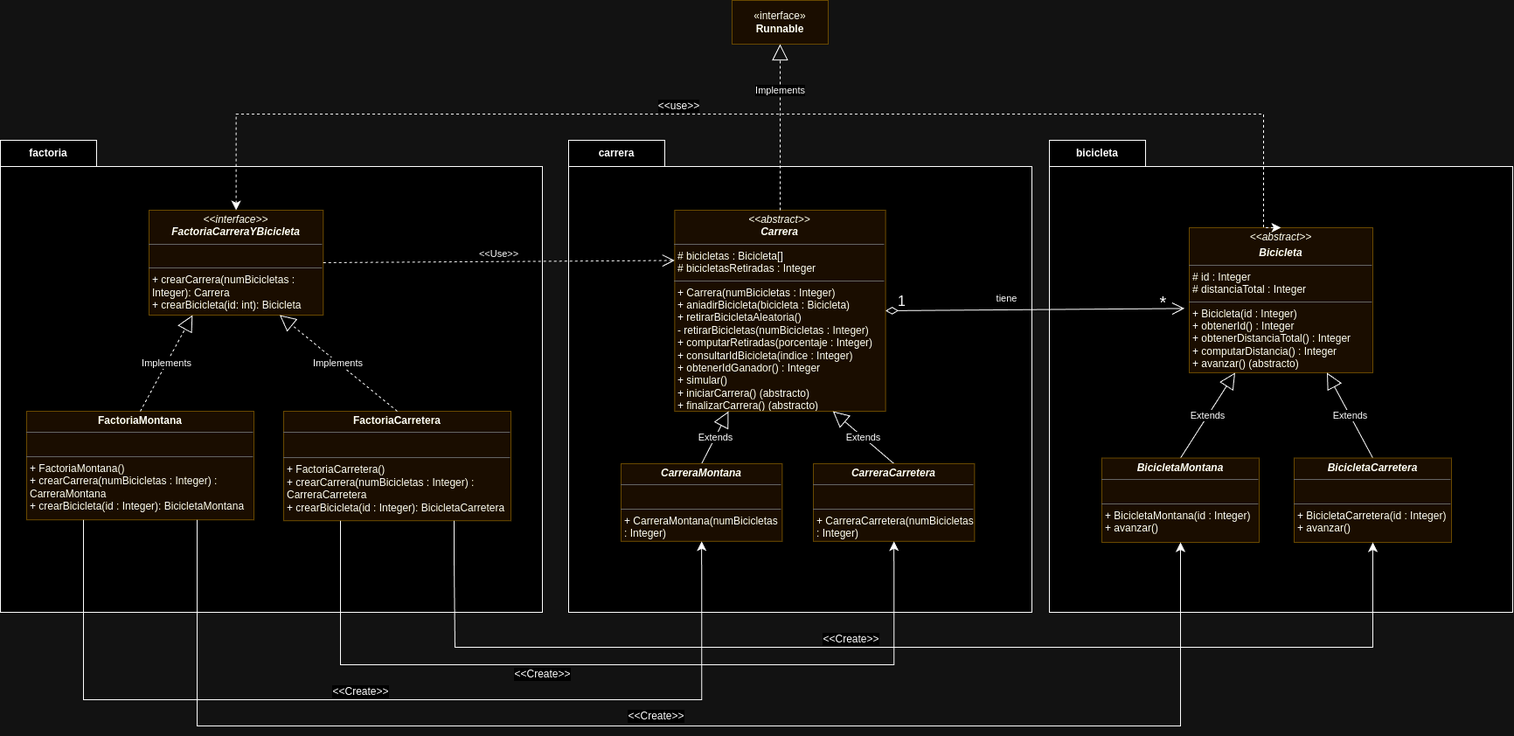
Before: P1/Ejercicio1/UML_P1-Ejercicio_1.png, a diagram exported from draw.io (AlvareitorHD/DS2.3). Source tidied: cells renumbered, new cells last; positions are measured from the earlier drawing's top-left corner, leaving out a move shared by most shapes.
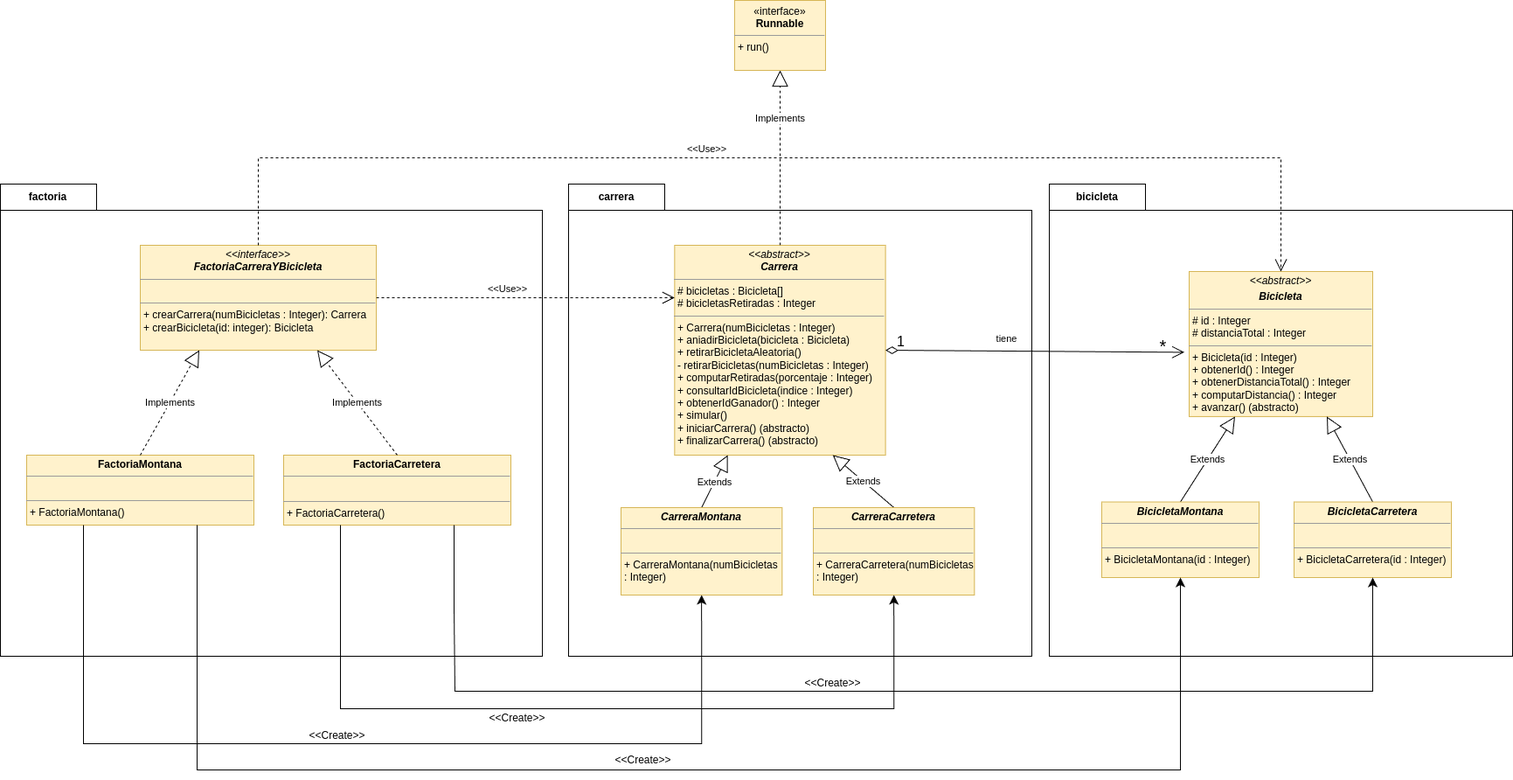
After the change.

Commit message:
Repasado y corregido diagrama UML del ejercicio 1

The edit, as a diff of the source:
```diff
@@ -4,5 +4,2 @@
     <mxCell id="1" parent="0" />
-    <mxCell id="2" value="«interface»&lt;br&gt;&lt;b&gt;Runnable&lt;/b&gt;" style="html=1;whiteSpace=wrap;fillColor=#fff2cc;strokeColor=#d6b656;" parent="1" vertex="1">
-      <mxGeometry x="837" width="110" height="50" as="geometry" />
-    </mxCell>
     <mxCell id="3" value="factoria" style="shape=folder;fontStyle=1;tabWidth=110;tabHeight=30;tabPosition=left;html=1;boundedLbl=1;labelInHeader=1;whiteSpace=wrap;" parent="1" vertex="1">
@@ -15,10 +12,10 @@
     </mxCell>
-    <mxCell id="5" value="&lt;p style=&quot;margin:0px;margin-top:4px;text-align:center;&quot;&gt;&lt;b&gt;FactoriaMontana&lt;/b&gt;&lt;br&gt;&lt;/p&gt;&lt;hr size=&quot;1&quot;&gt;&lt;p style=&quot;margin:0px;margin-left:4px;&quot;&gt;&lt;br&gt;&lt;/p&gt;&lt;hr size=&quot;1&quot;&gt;&lt;p style=&quot;margin:0px;margin-left:4px;&quot;&gt;+ FactoriaMontana()&lt;br&gt;&lt;/p&gt;&lt;p style=&quot;margin:0px;margin-left:4px;&quot;&gt;+&amp;nbsp;crearCarrera(&lt;span style=&quot;background-color: initial;&quot;&gt;numBicicletas : Integer&lt;/span&gt;&lt;span style=&quot;background-color: initial;&quot;&gt;) : CarreraMontana&lt;/span&gt;&lt;/p&gt;&lt;p style=&quot;margin:0px;margin-left:4px;&quot;&gt;+ crearBicicleta(&lt;span style=&quot;background-color: initial;&quot;&gt;id : Integer&lt;/span&gt;&lt;span style=&quot;background-color: initial;&quot;&gt;): BicicletaMontana&lt;/span&gt;&lt;/p&gt;&lt;p style=&quot;margin:0px;margin-left:4px;&quot;&gt;&lt;br&gt;&lt;/p&gt;" style="verticalAlign=top;align=left;overflow=fill;fontSize=12;fontFamily=Helvetica;html=1;whiteSpace=wrap;fillColor=#fff2cc;strokeColor=#d6b656;" parent="3" vertex="1">
-      <mxGeometry x="30" y="310" width="260" height="124.2" as="geometry" />
+    <mxCell id="5" value="&lt;p style=&quot;margin:0px;margin-top:4px;text-align:center;&quot;&gt;&lt;b&gt;FactoriaMontana&lt;/b&gt;&lt;br&gt;&lt;/p&gt;&lt;hr size=&quot;1&quot;&gt;&lt;p style=&quot;margin:0px;margin-left:4px;&quot;&gt;&lt;br&gt;&lt;/p&gt;&lt;hr size=&quot;1&quot;&gt;&lt;p style=&quot;margin:0px;margin-left:4px;&quot;&gt;+ FactoriaMontana()&lt;br&gt;&lt;/p&gt;&lt;p style=&quot;margin:0px;margin-left:4px;&quot;&gt;&lt;br&gt;&lt;/p&gt;" style="verticalAlign=top;align=left;overflow=fill;fontSize=12;fontFamily=Helvetica;html=1;whiteSpace=wrap;fillColor=#fff2cc;strokeColor=#d6b656;" parent="3" vertex="1">
+      <mxGeometry x="30" y="310" width="260" height="80" as="geometry" />
     </mxCell>
-    <mxCell id="6" value="&lt;p style=&quot;margin:0px;margin-top:4px;text-align:center;&quot;&gt;&lt;b&gt;FactoriaCarretera&lt;/b&gt;&lt;/p&gt;&lt;hr size=&quot;1&quot;&gt;&lt;div style=&quot;height:2px;&quot;&gt;&lt;/div&gt;&lt;div style=&quot;height:2px;&quot;&gt;&lt;br&gt;&lt;/div&gt;&lt;div style=&quot;height:2px;&quot;&gt;&lt;br&gt;&lt;/div&gt;&lt;div style=&quot;height:2px;&quot;&gt;&lt;br&gt;&lt;/div&gt;&lt;div style=&quot;height:2px;&quot;&gt;&lt;br&gt;&lt;/div&gt;&lt;div style=&quot;height:2px;&quot;&gt;&lt;br&gt;&lt;/div&gt;&lt;div style=&quot;height:2px;&quot;&gt;&lt;br&gt;&lt;/div&gt;&lt;div style=&quot;height:2px;&quot;&gt;&lt;br&gt;&lt;/div&gt;&lt;hr size=&quot;1&quot;&gt;&lt;div style=&quot;height:2px;&quot;&gt;&lt;p style=&quot;border-color: var(--border-color); margin: 0px 0px 0px 4px;&quot;&gt;+ FactoriaCarretera()&lt;/p&gt;&lt;p style=&quot;border-color: var(--border-color); margin: 0px 0px 0px 4px;&quot;&gt;+&amp;nbsp;crearCarrera(&lt;span style=&quot;background-color: initial;&quot;&gt;numBicicletas : Integer&lt;/span&gt;&lt;span style=&quot;background-color: initial;&quot;&gt;) : CarreraCarretera&lt;/span&gt;&lt;/p&gt;&lt;p style=&quot;border-color: var(--border-color); margin: 0px 0px 0px 4px;&quot;&gt;+ crearBicicleta(&lt;span style=&quot;background-color: initial;&quot;&gt;id : Integer&lt;/span&gt;&lt;span style=&quot;background-color: initial;&quot;&gt;): BicicletaCarretera&lt;/span&gt;&lt;/p&gt;&lt;p style=&quot;border-color: var(--border-color); margin: 0px 0px 0px 4px;&quot;&gt;&lt;br&gt;&lt;/p&gt;&lt;/div&gt;" style="verticalAlign=top;align=left;overflow=fill;fontSize=12;fontFamily=Helvetica;html=1;whiteSpace=wrap;fillColor=#fff2cc;strokeColor=#d6b656;" parent="3" vertex="1">
-      <mxGeometry x="324" y="310" width="260" height="125.2" as="geometry" />
+    <mxCell id="6" value="&lt;p style=&quot;margin:0px;margin-top:4px;text-align:center;&quot;&gt;&lt;b&gt;FactoriaCarretera&lt;/b&gt;&lt;/p&gt;&lt;hr size=&quot;1&quot;&gt;&lt;div style=&quot;height:2px;&quot;&gt;&lt;/div&gt;&lt;div style=&quot;height:2px;&quot;&gt;&lt;br&gt;&lt;/div&gt;&lt;div style=&quot;height:2px;&quot;&gt;&lt;br&gt;&lt;/div&gt;&lt;div style=&quot;height:2px;&quot;&gt;&lt;br&gt;&lt;/div&gt;&lt;div style=&quot;height:2px;&quot;&gt;&lt;br&gt;&lt;/div&gt;&lt;div style=&quot;height:2px;&quot;&gt;&lt;br&gt;&lt;/div&gt;&lt;div style=&quot;height:2px;&quot;&gt;&lt;br&gt;&lt;/div&gt;&lt;div style=&quot;height:2px;&quot;&gt;&lt;br&gt;&lt;/div&gt;&lt;hr size=&quot;1&quot;&gt;&lt;div style=&quot;height:2px;&quot;&gt;&lt;p style=&quot;border-color: var(--border-color); margin: 0px 0px 0px 4px;&quot;&gt;+ FactoriaCarretera()&lt;/p&gt;&lt;p style=&quot;border-color: var(--border-color); margin: 0px 0px 0px 4px;&quot;&gt;&lt;br&gt;&lt;/p&gt;&lt;/div&gt;" style="verticalAlign=top;align=left;overflow=fill;fontSize=12;fontFamily=Helvetica;html=1;whiteSpace=wrap;fillColor=#fff2cc;strokeColor=#d6b656;" parent="3" vertex="1">
+      <mxGeometry x="324" y="310" width="260" height="80" as="geometry" />
     </mxCell>
-    <mxCell id="7" value="&lt;p style=&quot;margin:0px;margin-top:4px;text-align:center;&quot;&gt;&lt;i&gt;&amp;lt;&amp;lt;interface&amp;gt;&amp;gt;&lt;/i&gt;&lt;br&gt;&lt;i&gt;&lt;b&gt;FactoriaCarreraYBicicleta&lt;/b&gt;&lt;br&gt;&lt;/i&gt;&lt;/p&gt;&lt;hr size=&quot;1&quot;&gt;&lt;p style=&quot;margin:0px;margin-left:4px;&quot;&gt;&lt;br&gt;&lt;/p&gt;&lt;hr size=&quot;1&quot;&gt;&lt;p style=&quot;margin:0px;margin-left:4px;&quot;&gt;+ crearCarrera(numBicicletas : Integer): Carrera&lt;/p&gt;&lt;p style=&quot;margin:0px;margin-left:4px;&quot;&gt;+ crearBicicleta(id: int): Bicicleta&lt;/p&gt;" style="verticalAlign=top;align=left;overflow=fill;fontSize=12;fontFamily=Helvetica;html=1;whiteSpace=wrap;fillColor=#fff2cc;strokeColor=#d6b656;" parent="3" vertex="1">
-      <mxGeometry x="170" y="80" width="199.3" height="120" as="geometry" />
+    <mxCell id="7" value="&lt;p style=&quot;margin:0px;margin-top:4px;text-align:center;&quot;&gt;&lt;i&gt;&amp;lt;&amp;lt;interface&amp;gt;&amp;gt;&lt;/i&gt;&lt;br&gt;&lt;i&gt;&lt;b&gt;FactoriaCarreraYBicicleta&lt;/b&gt;&lt;br&gt;&lt;/i&gt;&lt;/p&gt;&lt;hr size=&quot;1&quot;&gt;&lt;p style=&quot;margin:0px;margin-left:4px;&quot;&gt;&lt;br&gt;&lt;/p&gt;&lt;hr size=&quot;1&quot;&gt;&lt;p style=&quot;margin:0px;margin-left:4px;&quot;&gt;+ crearCarrera(numBicicletas : Integer): Carrera&lt;/p&gt;&lt;p style=&quot;margin:0px;margin-left:4px;&quot;&gt;+ crearBicicleta(id: integer): Bicicleta&lt;/p&gt;" style="verticalAlign=top;align=left;overflow=fill;fontSize=12;fontFamily=Helvetica;html=1;whiteSpace=wrap;fillColor=#fff2cc;strokeColor=#d6b656;" parent="3" vertex="1">
+      <mxGeometry x="160" y="70" width="270" height="120" as="geometry" />
     </mxCell>
@@ -39,3 +36,3 @@
     <mxCell id="12" value="&lt;p style=&quot;margin:0px;margin-top:4px;text-align:center;&quot;&gt;&lt;i&gt;&amp;lt;&amp;lt;abstract&amp;gt;&amp;gt;&lt;/i&gt;&lt;br&gt;&lt;b&gt;&lt;i&gt;Carrera&lt;/i&gt;&lt;/b&gt;&lt;/p&gt;&lt;hr size=&quot;1&quot;&gt;&lt;p style=&quot;margin:0px;margin-left:4px;&quot;&gt;# bicicletas : Bicicleta[]&lt;/p&gt;&lt;p style=&quot;margin:0px;margin-left:4px;&quot;&gt;# bicicletasRetiradas : Integer&lt;/p&gt;&lt;hr size=&quot;1&quot;&gt;&lt;p style=&quot;margin:0px;margin-left:4px;&quot;&gt;+ Carrera(&lt;span style=&quot;background-color: initial;&quot;&gt;numBicicletas : Integer&lt;/span&gt;&lt;span style=&quot;background-color: initial;&quot;&gt;)&lt;/span&gt;&lt;/p&gt;&lt;p style=&quot;margin:0px;margin-left:4px;&quot;&gt;+ aniadirBicicleta(bicicleta : Bicicleta)&lt;/p&gt;&lt;p style=&quot;margin:0px;margin-left:4px;&quot;&gt;+ retirarBicicletaAleatoria()&lt;/p&gt;&lt;p style=&quot;margin:0px;margin-left:4px;&quot;&gt;- retirarBicicletas(numBicicletas : Integer)&lt;/p&gt;&lt;p style=&quot;margin:0px;margin-left:4px;&quot;&gt;+ computarRetiradas(porcentaje : Integer)&lt;/p&gt;&lt;p style=&quot;margin:0px;margin-left:4px;&quot;&gt;+ consultarIdBicicleta(indice : Integer)&lt;/p&gt;&lt;p style=&quot;margin:0px;margin-left:4px;&quot;&gt;+ obtenerIdGanador() : Integer&lt;/p&gt;&lt;p style=&quot;margin:0px;margin-left:4px;&quot;&gt;+ simular()&lt;/p&gt;&lt;p style=&quot;margin:0px;margin-left:4px;&quot;&gt;+ iniciarCarrera() (abstracto)&lt;/p&gt;&lt;p style=&quot;margin:0px;margin-left:4px;&quot;&gt;+ finalizarCarrera() (abstracto)&lt;/p&gt;" style="verticalAlign=top;align=left;overflow=fill;fontSize=12;fontFamily=Helvetica;html=1;whiteSpace=wrap;fillColor=#fff2cc;strokeColor=#d6b656;" parent="10" vertex="1">
-      <mxGeometry x="121.4" y="80" width="241.2" height="230" as="geometry" />
+      <mxGeometry x="121.4" y="70" width="241.2" height="240" as="geometry" />
     </mxCell>
@@ -47,9 +44,9 @@
     </mxCell>
-    <mxCell id="15" value="&lt;p style=&quot;margin:0px;margin-top:4px;text-align:center;&quot;&gt;&lt;b&gt;&lt;i&gt;CarreraMontana&lt;/i&gt;&lt;/b&gt;&lt;br&gt;&lt;/p&gt;&lt;hr size=&quot;1&quot;&gt;&lt;p style=&quot;margin:0px;margin-left:4px;&quot;&gt;&lt;br&gt;&lt;/p&gt;&lt;hr size=&quot;1&quot;&gt;&lt;p style=&quot;margin:0px;margin-left:4px;&quot;&gt;+ CarreraMontana(&lt;span style=&quot;background-color: initial;&quot;&gt;numBicicletas : Integer&lt;/span&gt;&lt;span style=&quot;background-color: initial;&quot;&gt;)&lt;/span&gt;&lt;/p&gt;&lt;p style=&quot;margin:0px;margin-left:4px;&quot;&gt;+ iniciarCarrera()&lt;/p&gt;&lt;p style=&quot;margin:0px;margin-left:4px;&quot;&gt;+ finalizarCarrera()&lt;/p&gt;&lt;p style=&quot;margin:0px;margin-left:4px;&quot;&gt;+ run()&lt;/p&gt;" style="verticalAlign=top;align=left;overflow=fill;fontSize=12;fontFamily=Helvetica;html=1;whiteSpace=wrap;fillColor=#fff2cc;strokeColor=#d6b656;" parent="10" vertex="1">
-      <mxGeometry x="60" y="370" width="184.3" height="88.8" as="geometry" />
+    <mxCell id="15" value="&lt;p style=&quot;margin:0px;margin-top:4px;text-align:center;&quot;&gt;&lt;b&gt;&lt;i&gt;CarreraMontana&lt;/i&gt;&lt;/b&gt;&lt;br&gt;&lt;/p&gt;&lt;hr size=&quot;1&quot;&gt;&lt;p style=&quot;margin:0px;margin-left:4px;&quot;&gt;&lt;br&gt;&lt;/p&gt;&lt;hr size=&quot;1&quot;&gt;&lt;p style=&quot;margin:0px;margin-left:4px;&quot;&gt;+ CarreraMontana(&lt;span style=&quot;background-color: initial;&quot;&gt;numBicicletas : Integer&lt;/span&gt;&lt;span style=&quot;background-color: initial;&quot;&gt;)&lt;/span&gt;&lt;/p&gt;&lt;p style=&quot;margin:0px;margin-left:4px;&quot;&gt;&lt;br&gt;&lt;/p&gt;" style="verticalAlign=top;align=left;overflow=fill;fontSize=12;fontFamily=Helvetica;html=1;whiteSpace=wrap;fillColor=#fff2cc;strokeColor=#d6b656;" parent="10" vertex="1">
+      <mxGeometry x="60" y="370" width="184.3" height="100" as="geometry" />
     </mxCell>
-    <mxCell id="16" value="&lt;p style=&quot;margin:0px;margin-top:4px;text-align:center;&quot;&gt;&lt;b&gt;&lt;i&gt;CarreraCarretera&lt;/i&gt;&lt;/b&gt;&lt;br&gt;&lt;/p&gt;&lt;hr size=&quot;1&quot;&gt;&lt;p style=&quot;margin:0px;margin-left:4px;&quot;&gt;&lt;br&gt;&lt;/p&gt;&lt;hr size=&quot;1&quot;&gt;&lt;p style=&quot;margin:0px;margin-left:4px;&quot;&gt;+ CarreraCarretera(&lt;span style=&quot;background-color: initial;&quot;&gt;numBicicletas : Integer&lt;/span&gt;&lt;span style=&quot;background-color: initial;&quot;&gt;)&lt;/span&gt;&lt;/p&gt;&lt;p style=&quot;margin:0px;margin-left:4px;&quot;&gt;+ iniciarCarrera()&lt;/p&gt;&lt;p style=&quot;margin:0px;margin-left:4px;&quot;&gt;+ finalizarCarrera()&lt;/p&gt;&lt;p style=&quot;margin:0px;margin-left:4px;&quot;&gt;+ run()&lt;br&gt;&lt;/p&gt;" style="verticalAlign=top;align=left;overflow=fill;fontSize=12;fontFamily=Helvetica;html=1;whiteSpace=wrap;fillColor=#fff2cc;strokeColor=#d6b656;" parent="10" vertex="1">
-      <mxGeometry x="280" y="370" width="184.3" height="88.8" as="geometry" />
+    <mxCell id="16" value="&lt;p style=&quot;margin:0px;margin-top:4px;text-align:center;&quot;&gt;&lt;b&gt;&lt;i&gt;CarreraCarretera&lt;/i&gt;&lt;/b&gt;&lt;br&gt;&lt;/p&gt;&lt;hr size=&quot;1&quot;&gt;&lt;p style=&quot;margin:0px;margin-left:4px;&quot;&gt;&lt;br&gt;&lt;/p&gt;&lt;hr size=&quot;1&quot;&gt;&lt;p style=&quot;margin:0px;margin-left:4px;&quot;&gt;+ CarreraCarretera(&lt;span style=&quot;background-color: initial;&quot;&gt;numBicicletas : Integer&lt;/span&gt;&lt;span style=&quot;background-color: initial;&quot;&gt;)&lt;/span&gt;&lt;/p&gt;" style="verticalAlign=top;align=left;overflow=fill;fontSize=12;fontFamily=Helvetica;html=1;whiteSpace=wrap;fillColor=#fff2cc;strokeColor=#d6b656;" parent="10" vertex="1">
+      <mxGeometry x="280" y="370" width="184.3" height="100" as="geometry" />
     </mxCell>
-    <mxCell id="17" value="Implements" style="endArrow=block;endSize=16;endFill=0;html=1;rounded=0;dashed=1;exitX=0.5;exitY=0;exitDx=0;exitDy=0;" parent="1" edge="1" source="12" target="2">
+    <mxCell id="17" value="Implements" style="endArrow=block;endSize=16;endFill=0;html=1;rounded=0;dashed=1;exitX=0.5;exitY=0;exitDx=0;exitDy=0;entryX=0.5;entryY=1;entryDx=0;entryDy=0;" parent="1" edge="1" source="12" target="40">
       <mxGeometry x="0.44" relative="1" as="geometry">
@@ -75,7 +72,7 @@
     </mxCell>
-    <mxCell id="23" value="&lt;p style=&quot;margin:0px;margin-top:4px;text-align:center;&quot;&gt;&lt;b&gt;&lt;i&gt;BicicletaMontana&lt;/i&gt;&lt;/b&gt;&lt;br&gt;&lt;/p&gt;&lt;hr size=&quot;1&quot;&gt;&lt;p style=&quot;margin:0px;margin-left:4px;&quot;&gt;&lt;br&gt;&lt;/p&gt;&lt;hr size=&quot;1&quot;&gt;&lt;p style=&quot;margin:0px;margin-left:4px;&quot;&gt;+ BicicletaMontana(id : Integer)&lt;/p&gt;&lt;p style=&quot;margin:0px;margin-left:4px;&quot;&gt;+ avanzar()&lt;br&gt;&lt;/p&gt;" style="verticalAlign=top;align=left;overflow=fill;fontSize=12;fontFamily=Helvetica;html=1;whiteSpace=wrap;fillColor=#fff2cc;strokeColor=#d6b656;" parent="18" vertex="1">
-      <mxGeometry x="60" y="363.5" width="180" height="96.5" as="geometry" />
+    <mxCell id="23" value="&lt;p style=&quot;margin:0px;margin-top:4px;text-align:center;&quot;&gt;&lt;b&gt;&lt;i&gt;BicicletaMontana&lt;/i&gt;&lt;/b&gt;&lt;br&gt;&lt;/p&gt;&lt;hr size=&quot;1&quot;&gt;&lt;p style=&quot;margin:0px;margin-left:4px;&quot;&gt;&lt;br&gt;&lt;/p&gt;&lt;hr size=&quot;1&quot;&gt;&lt;p style=&quot;margin:0px;margin-left:4px;&quot;&gt;+ BicicletaMontana(id : Integer)&lt;/p&gt;" style="verticalAlign=top;align=left;overflow=fill;fontSize=12;fontFamily=Helvetica;html=1;whiteSpace=wrap;fillColor=#fff2cc;strokeColor=#d6b656;" parent="18" vertex="1">
+      <mxGeometry x="60" y="363.5" width="180" height="86.5" as="geometry" />
     </mxCell>
-    <mxCell id="24" value="&lt;p style=&quot;margin:0px;margin-top:4px;text-align:center;&quot;&gt;&lt;b&gt;&lt;i&gt;BicicletaCarretera&lt;/i&gt;&lt;/b&gt;&lt;br&gt;&lt;/p&gt;&lt;hr size=&quot;1&quot;&gt;&lt;p style=&quot;margin:0px;margin-left:4px;&quot;&gt;&lt;br&gt;&lt;/p&gt;&lt;hr size=&quot;1&quot;&gt;&lt;p style=&quot;margin:0px;margin-left:4px;&quot;&gt;+ BicicletaCarretera(&lt;span style=&quot;background-color: initial;&quot;&gt;id : Integer&lt;/span&gt;&lt;span style=&quot;background-color: initial;&quot;&gt;)&lt;/span&gt;&lt;/p&gt;&lt;p style=&quot;margin:0px;margin-left:4px;&quot;&gt;+ avanzar()&lt;br&gt;&lt;/p&gt;" style="verticalAlign=top;align=left;overflow=fill;fontSize=12;fontFamily=Helvetica;html=1;whiteSpace=wrap;fillColor=#fff2cc;strokeColor=#d6b656;" parent="18" vertex="1">
-      <mxGeometry x="280" y="363.5" width="180" height="96.5" as="geometry" />
+    <mxCell id="24" value="&lt;p style=&quot;margin:0px;margin-top:4px;text-align:center;&quot;&gt;&lt;b&gt;&lt;i&gt;BicicletaCarretera&lt;/i&gt;&lt;/b&gt;&lt;br&gt;&lt;/p&gt;&lt;hr size=&quot;1&quot;&gt;&lt;p style=&quot;margin:0px;margin-left:4px;&quot;&gt;&lt;br&gt;&lt;/p&gt;&lt;hr size=&quot;1&quot;&gt;&lt;p style=&quot;margin:0px;margin-left:4px;&quot;&gt;+ BicicletaCarretera(&lt;span style=&quot;background-color: initial;&quot;&gt;id : Integer&lt;/span&gt;&lt;span style=&quot;background-color: initial;&quot;&gt;)&lt;/span&gt;&lt;/p&gt;&lt;p style=&quot;margin:0px;margin-left:4px;&quot;&gt;&lt;br&gt;&lt;/p&gt;" style="verticalAlign=top;align=left;overflow=fill;fontSize=12;fontFamily=Helvetica;html=1;whiteSpace=wrap;fillColor=#fff2cc;strokeColor=#d6b656;" parent="18" vertex="1">
+      <mxGeometry x="280" y="363.5" width="180" height="86.5" as="geometry" />
     </mxCell>
@@ -99,15 +96,2 @@
     </mxCell>
-    <mxCell id="29" style="edgeStyle=orthogonalEdgeStyle;rounded=0;jettySize=auto;html=1;fontSize=12;startSize=8;endSize=8;dashed=1;startArrow=classic;startFill=1;entryX=0.5;entryY=0;entryDx=0;entryDy=0;exitX=0.5;exitY=0;exitDx=0;exitDy=0;" parent="1" edge="1" source="7" target="20">
-      <mxGeometry relative="1" as="geometry">
-        <Array as="points">
-          <mxPoint x="270" y="130" />
-          <mxPoint x="1445" y="130" />
-        </Array>
-      </mxGeometry>
-    </mxCell>
-    <mxCell id="30" value="&amp;lt;&amp;lt;use&amp;gt;&amp;gt;" style="edgeLabel;html=1;align=center;verticalAlign=middle;fontSize=12;" parent="29" vertex="1">
-      <mxGeometry x="0.07" y="6" relative="1" as="geometry">
-        <mxPoint x="-153" y="-4" as="offset" />
-      </mxGeometry>
-    </mxCell>
     <mxCell id="31" style="edgeStyle=orthogonalEdgeStyle;rounded=0;jettySize=auto;html=1;exitX=0.75;exitY=1;exitDx=0;exitDy=0;fontSize=12;startSize=8;endSize=8;entryX=0.5;entryY=1;entryDx=0;entryDy=0;" parent="1" edge="1" source="5" target="23">
@@ -166,4 +150,19 @@
     <mxCell id="39" value="&amp;lt;&amp;lt;Use&amp;gt;&amp;gt;" style="endArrow=open;endSize=12;dashed=1;html=1;rounded=0;exitX=1;exitY=0.5;exitDx=0;exitDy=0;entryX=0;entryY=0.25;entryDx=0;entryDy=0;" parent="1" edge="1" source="7" target="12">
-      <mxGeometry y="9" relative="1" as="geometry" />
+      <mxGeometry x="-0.12" y="10" relative="1" as="geometry">
+        <mxPoint x="1" as="offset" />
+      </mxGeometry>
     </mxCell>
+    <mxCell id="40" value="&lt;p style=&quot;margin:0px;margin-top:4px;text-align:center;&quot;&gt;&lt;/p&gt;&lt;div style=&quot;height:2px;&quot;&gt;&lt;/div&gt;&lt;span style=&quot;&quot;&gt;&lt;div style=&quot;text-align: center;&quot;&gt;&lt;span style=&quot;background-color: initial;&quot;&gt;«interface»&lt;/span&gt;&lt;/div&gt;&lt;/span&gt;&lt;div style=&quot;text-align: center; height: 2px;&quot;&gt;&lt;b style=&quot;background-color: initial;&quot;&gt;Runnable&lt;/b&gt;&lt;br&gt;&lt;/div&gt;&lt;div style=&quot;text-align: center; height: 2px;&quot;&gt;&lt;br&gt;&lt;/div&gt;&lt;div style=&quot;text-align: center; height: 2px;&quot;&gt;&lt;br&gt;&lt;/div&gt;&lt;div style=&quot;height:2px;&quot;&gt;&lt;br&gt;&lt;/div&gt;&lt;div style=&quot;height:2px;&quot;&gt;&lt;br&gt;&lt;/div&gt;&lt;div style=&quot;height:2px;&quot;&gt;&lt;br&gt;&lt;/div&gt;&lt;div style=&quot;height:2px;&quot;&gt;&lt;br&gt;&lt;/div&gt;&lt;hr size=&quot;1&quot;&gt;&lt;div style=&quot;height:2px;&quot;&gt;&lt;p style=&quot;border-color: var(--border-color); margin: 0px 0px 0px 4px;&quot;&gt;+ run()&lt;/p&gt;&lt;p style=&quot;border-color: var(--border-color); margin: 0px 0px 0px 4px;&quot;&gt;&lt;br&gt;&lt;/p&gt;&lt;/div&gt;" style="verticalAlign=top;align=left;overflow=fill;fontSize=12;fontFamily=Helvetica;html=1;whiteSpace=wrap;fillColor=#fff2cc;strokeColor=#d6b656;" parent="1" vertex="1">
+      <mxGeometry x="840" y="-50" width="104" height="80" as="geometry" />
+    </mxCell>
+    <mxCell id="29" value="&amp;lt;&amp;lt;Use&amp;gt;&amp;gt;" style="endArrow=open;endSize=12;dashed=1;html=1;rounded=0;exitX=0.5;exitY=0;exitDx=0;exitDy=0;entryX=0.5;entryY=0;entryDx=0;entryDy=0;" parent="1" edge="1" source="7" target="20">
+      <mxGeometry x="-0.12" y="10" relative="1" as="geometry">
+        <Array as="points">
+          <mxPoint x="295" y="130" />
+          <mxPoint x="580" y="130" />
+          <mxPoint x="1160" y="130" />
+          <mxPoint x="1465" y="130" />
+        </Array>
+      </mxGeometry>
+    </mxCell>
   </root>
```
